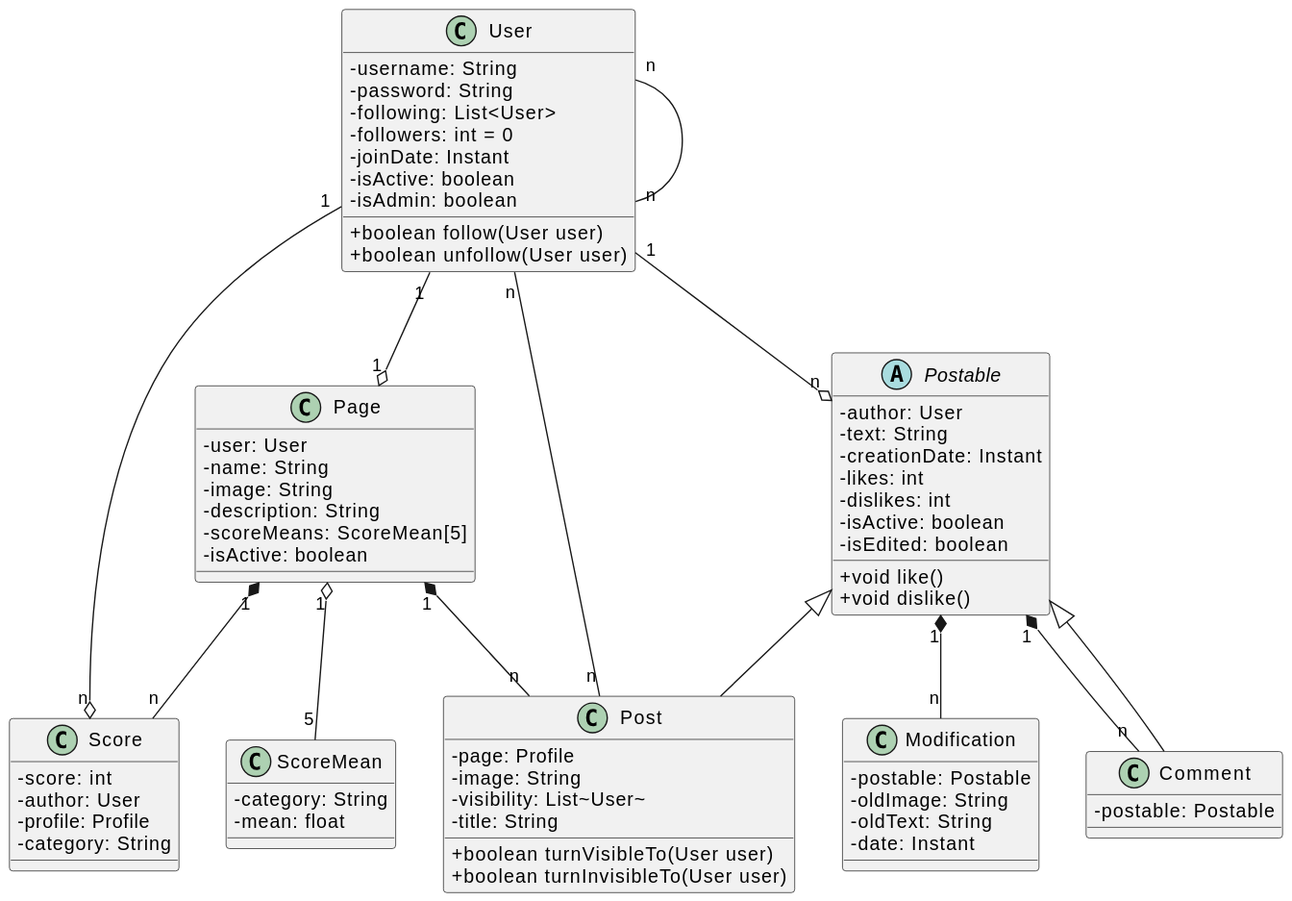
This is documentation/diagrams/classes.svg from jlvlg/Pentagon, a PlantUML export, as it was before one commit. Its diagram source:
```plantuml
@startuml classes
    skinparam classAttributeIconSize 0
    class User {
        -username: String
        -password: String
        -following: List<User>
        -followers: int = 0
        -joinDate: Instant
        -isActive: boolean
        -isAdmin: boolean
        +boolean follow(User user)
        +boolean unfollow(User user)
    }
    class Page {
        -user: User
        -name: String
        -image: String
        -description: String
        -scoreMeans: ScoreMean[5]
        -isActive: boolean
    }
    abstract class Postable {
        -author: User
        -text: String
        -creationDate: Instant
        -likes: int
        -dislikes: int
        -isActive: boolean
        -isEdited: boolean
        +void like()
        +void dislike()
    }
    class Post {
        -page: Profile
        -image: String
        -visibility: List~User~
        -title: String
        +boolean turnVisibleTo(User user)
        +boolean turnInvisibleTo(User user)
    }
    class Comment {
        -postable: Postable
    }
    class Modification {
        -postable: Postable
        -oldImage: String
        -oldText: String
        -date: Instant
    }
    class Score {
        -score: int
        -author: User
        -profile: Profile
        -category: String
    }
    class ScoreMean {
        -category: String
        -mean: float
    }
    User "n" -- "n" User
    User "1" --o "n" Postable
    User "1" --o "n" Score
    User "n" -- "n" Post
    User "1" --o "1" Page
    Page "1" *-- "n" Post
    Page "1" *-- "n" Score
    Page "1" o-- "5" ScoreMean
    Postable "1" *-- "n" Modification
    Postable "1" *-- "n" Comment
    Postable <|-- Post
    Postable <|-- Comment
@enduml
```
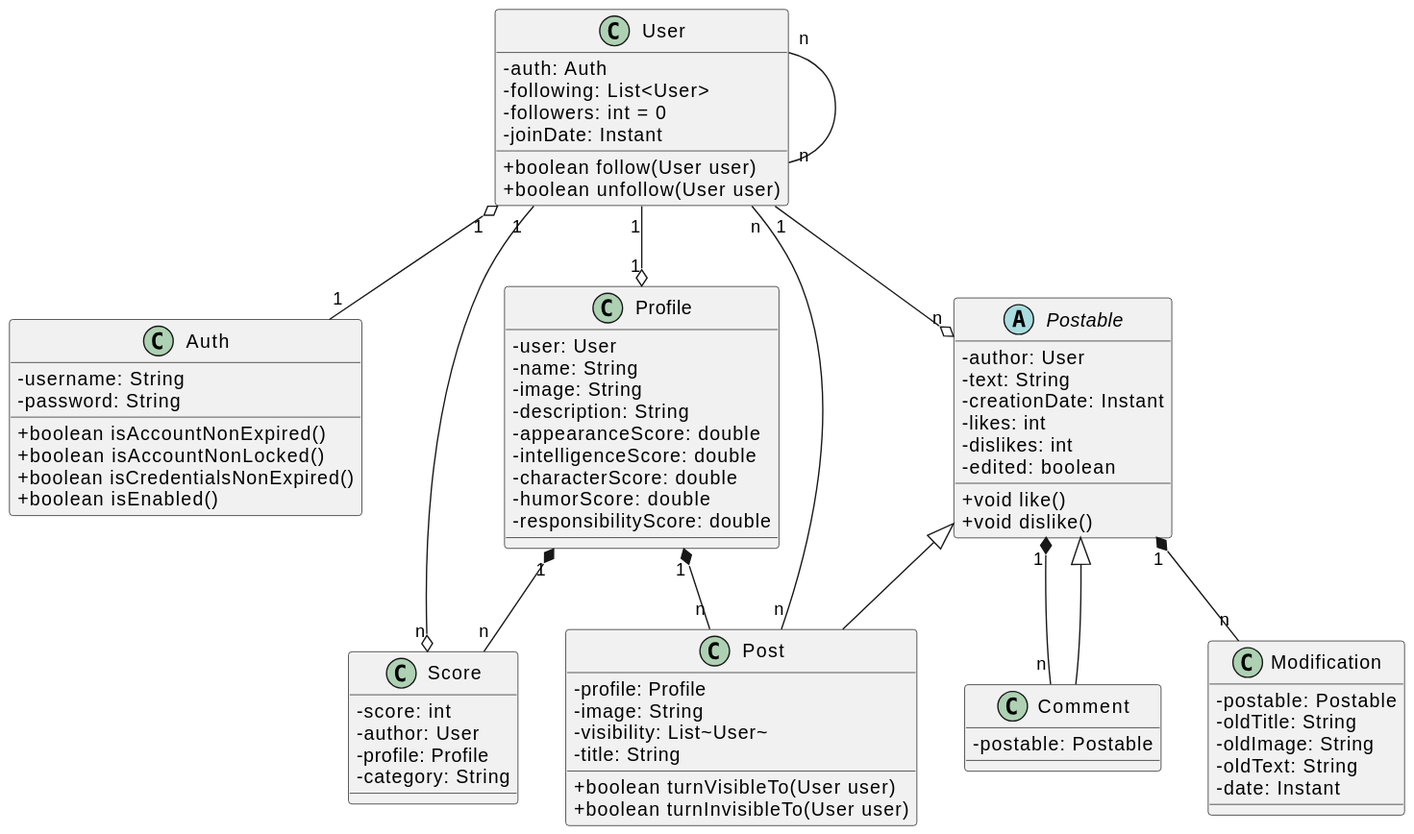
After the commit.

Diff of the diagram source:
```diff
@@ -1,23 +1,31 @@
 @startuml classes
     skinparam classAttributeIconSize 0
-    class User {
+    class Auth {
         -username: String
         -password: String
+        +boolean isAccountNonExpired()
+        +boolean isAccountNonLocked()
+        +boolean isCredentialsNonExpired()
+        +boolean isEnabled()
+    }
+    class User {
+        -auth: Auth
         -following: List<User>
         -followers: int = 0
         -joinDate: Instant
-        -isActive: boolean
-        -isAdmin: boolean
         +boolean follow(User user)
         +boolean unfollow(User user)
     }
-    class Page {
+    class Profile {
         -user: User
         -name: String
         -image: String
         -description: String
-        -scoreMeans: ScoreMean[5]
-        -isActive: boolean
+        -appearanceScore: double
+        -intelligenceScore: double
+        -characterScore: double
+        -humorScore: double
+        -responsibilityScore: double
     }
     abstract class Postable {
         -author: User
@@ -25,13 +33,12 @@
         -creationDate: Instant
         -likes: int
         -dislikes: int
-        -isActive: boolean
-        -isEdited: boolean
+        -edited: boolean
         +void like()
         +void dislike()
     }
     class Post {
-        -page: Profile
+        -profile: Profile
         -image: String
         -visibility: List~User~
         -title: String
@@ -43,6 +50,7 @@
     }
     class Modification {
         -postable: Postable
+        -oldTitle: String
         -oldImage: String
         -oldText: String
         -date: Instant
@@ -53,18 +61,14 @@
         -profile: Profile
         -category: String
     }
-    class ScoreMean {
-        -category: String
-        -mean: float
-    }
     User "n" -- "n" User
     User "1" --o "n" Postable
     User "1" --o "n" Score
     User "n" -- "n" Post
-    User "1" --o "1" Page
-    Page "1" *-- "n" Post
-    Page "1" *-- "n" Score
-    Page "1" o-- "5" ScoreMean
+    User "1" --o "1" Profile
+    User "1" o-- "1" Auth
+    Profile "1" *-- "n" Post
+    Profile "1" *-- "n" Score
     Postable "1" *-- "n" Modification
     Postable "1" *-- "n" Comment
     Postable <|-- Post
```
